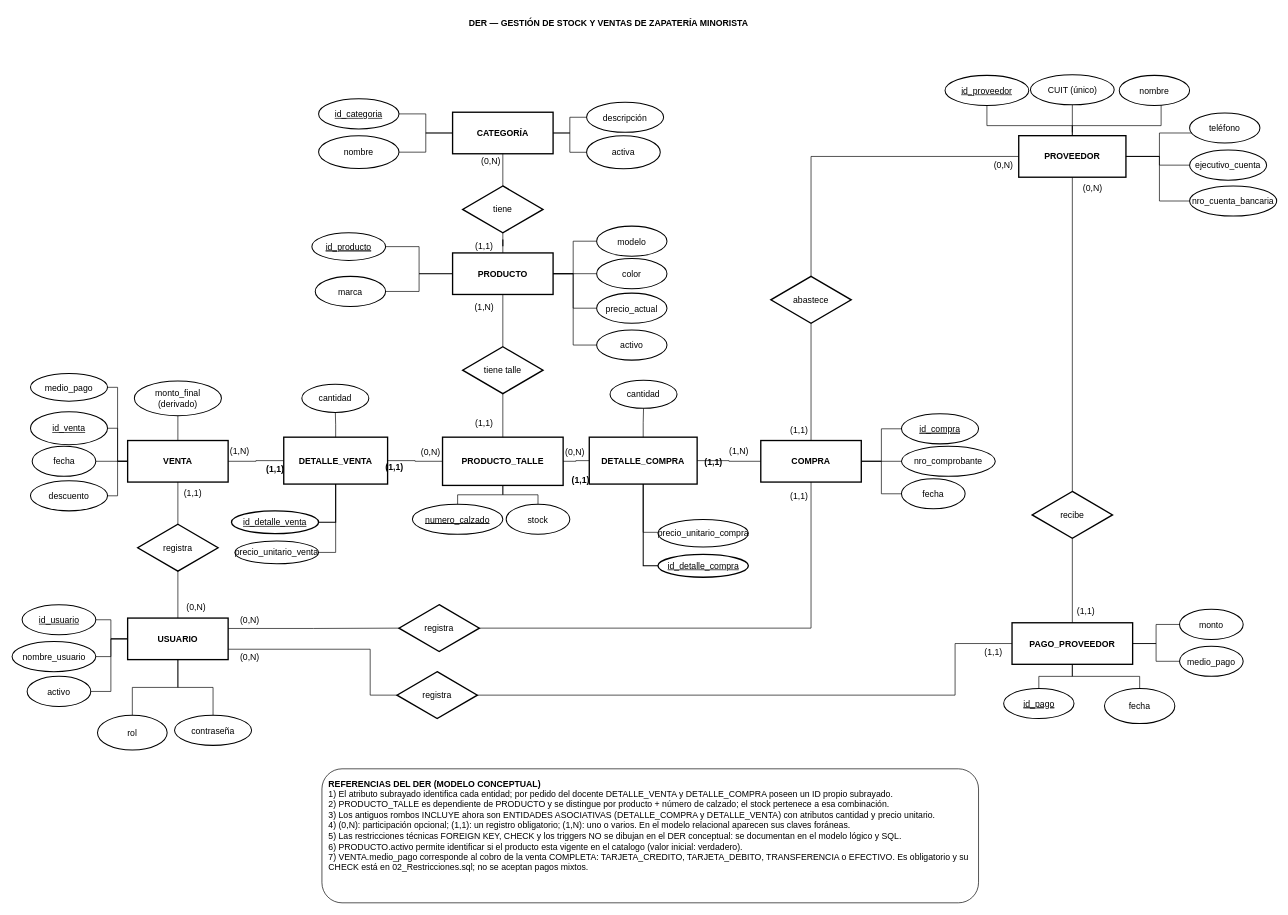
This is tp_zapateria_DER.drawio from migmik/BD-DER, a draw.io file, before an edit. Source tidied: cells renumbered, new cells numbered last; positions are measured from the earlier drawing's top-left corner, leaving out a move shared by most shapes. Both pictures are drawn from the tidied source at 67%, with x=0, y=0 at pixel (11, 11).
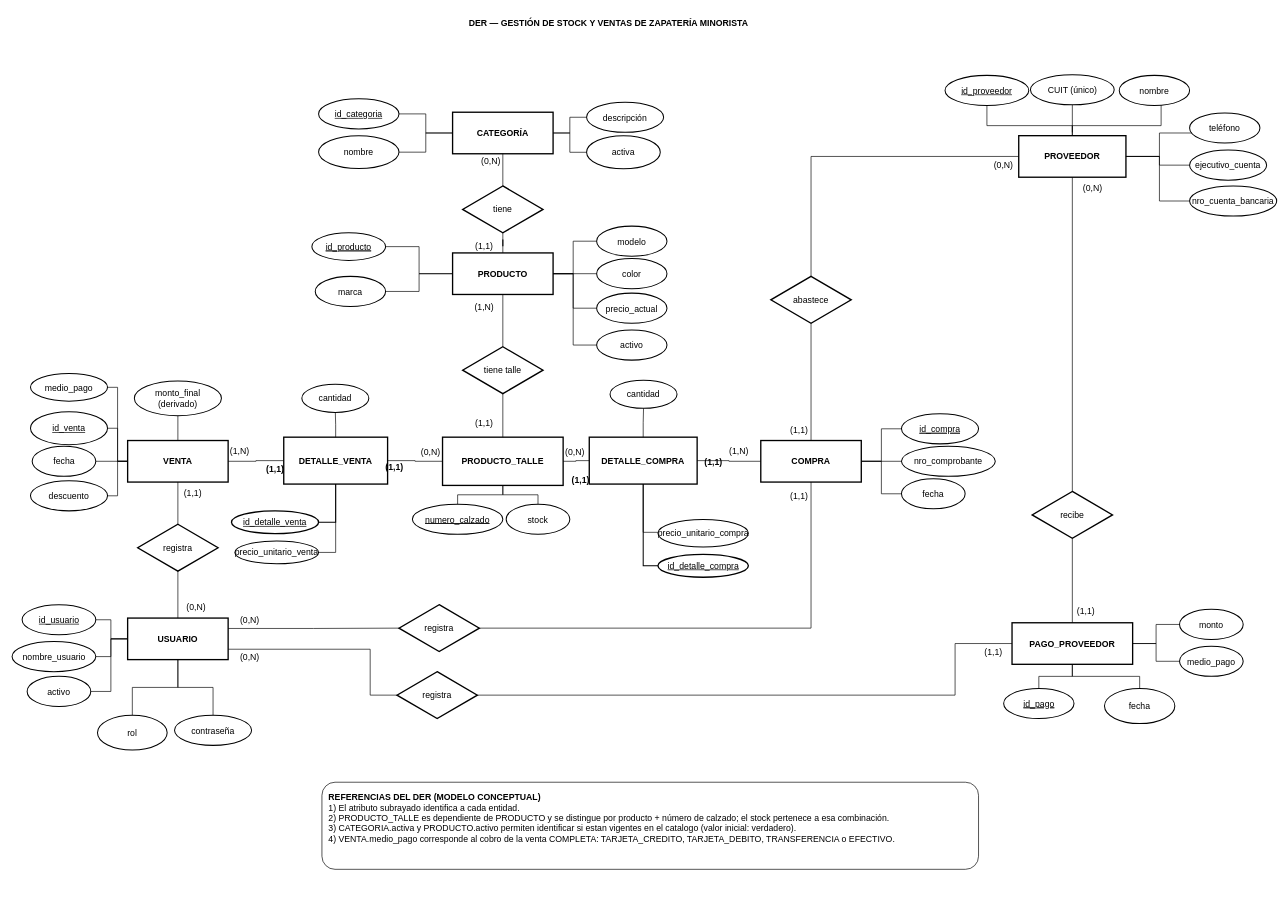
The same diagram, later.

The edit, as a diff of the source:
```diff
@@
-    <mxCell id="134" value="&lt;b&gt;REFERENCIAS DEL DER (MODELO CONCEPTUAL)&lt;/b&gt;&lt;br&gt;1) El atributo subrayado identifica cada entidad; por pedido del docente DETALLE_VENTA y DETALLE_COMPRA poseen un ID propio subrayado.&lt;br&gt;2) PRODUCTO_TALLE es dependiente de PRODUCTO y se distingue por producto + número de calzado; el stock pertenece a esa combinación.&lt;br&gt;3) Los antiguos rombos INCLUYE ahora son ENTIDADES ASOCIATIVAS (DETALLE_COMPRA y DETALLE_VENTA) con atributos cantidad y precio unitario.&lt;br&gt;4) (0,N): participación opcional; (1,1): un registro obligatorio; (1,N): uno o varios. En el modelo relacional aparecen sus claves foráneas.&lt;br&gt;5) Las restricciones técnicas FOREIGN KEY, CHECK y los triggers NO se dibujan en el DER conceptual: se documentan en el modelo lógico y SQL.&lt;br&gt;6) PRODUCTO.activo permite identificar si el producto esta vigente en el catalogo (valor inicial: verdadero).&lt;br&gt;7) VENTA.medio_pago corresponde al cobro de la venta COMPLETA: TARJETA_CREDITO, TARJETA_DEBITO, TRANSFERENCIA o EFECTIVO. Es obligatorio y su CHECK está en 02_Restricciones.sql; no se aceptan pagos mixtos." style="rounded=1;whiteSpace=wrap;html=1;fontSize=13;align=left;verticalAlign=top;spacing=10;" parent="1" vertex="1">
-      <mxGeometry x="463" y="1130" width="980" height="200" as="geometry" />
+    <mxCell id="134" value="&lt;b&gt;REFERENCIAS DEL DER (MODELO CONCEPTUAL)&lt;/b&gt;&lt;br&gt;1) El atributo subrayado identifica a cada entidad.&lt;br&gt;2) PRODUCTO_TALLE es dependiente de PRODUCTO y se distingue por producto + número de calzado; el stock pertenece a esa combinación.&lt;br&gt;3) CATEGORIA.activa y PRODUCTO.activo permiten identificar si estan vigentes en el catalogo (valor inicial: verdadero).&lt;br&gt;4) VENTA.medio_pago corresponde al cobro de la venta COMPLETA: TARJETA_CREDITO, TARJETA_DEBITO, TRANSFERENCIA o EFECTIVO." style="rounded=1;whiteSpace=wrap;html=1;fontSize=13;align=left;verticalAlign=top;spacing=10;" parent="1" vertex="1">
+      <mxGeometry x="463" y="1150" width="980" height="130" as="geometry" />
     </mxCell>
```
